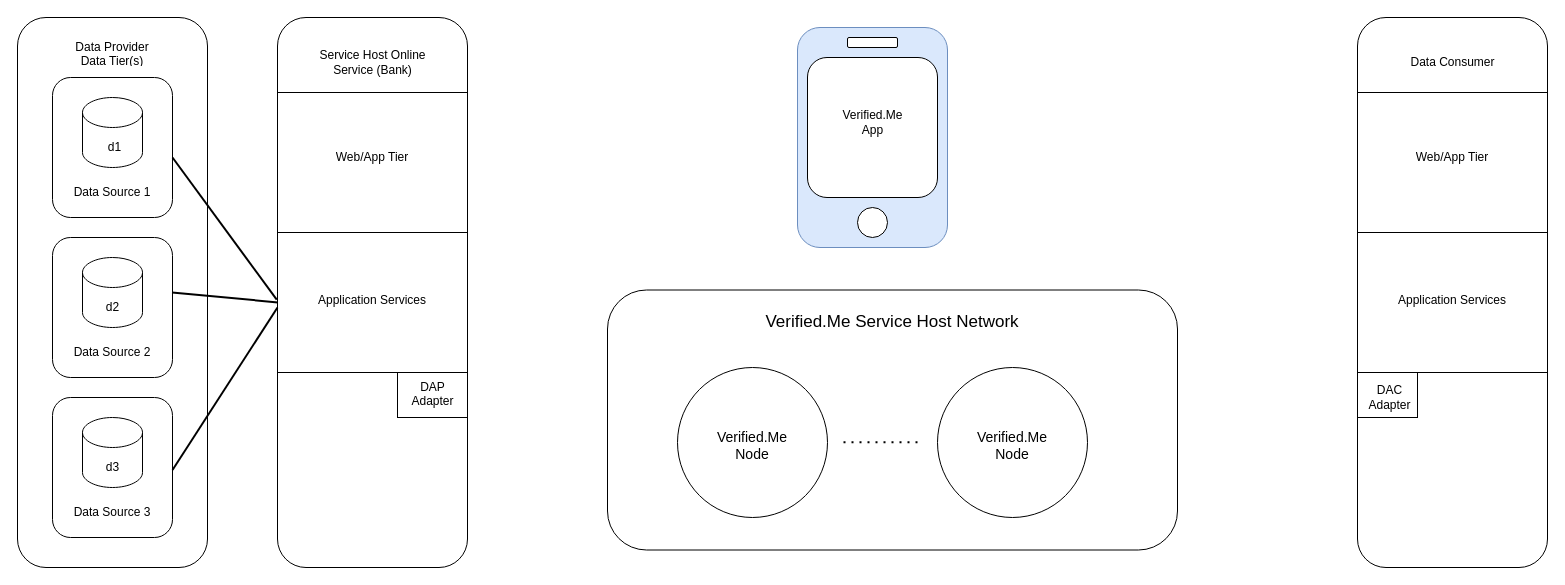
This is Untitled Diagram.drawio from TimofeiShorokhov/TaskForGo, a draw.io file, before an edit. Source tidied: cells renumbered, new cells numbered last; positions are measured from the earlier drawing's top-left corner, leaving out a move shared by most shapes. Both pictures are drawn from the tidied source at 100%, with x=0, y=0 at pixel (17, 17).
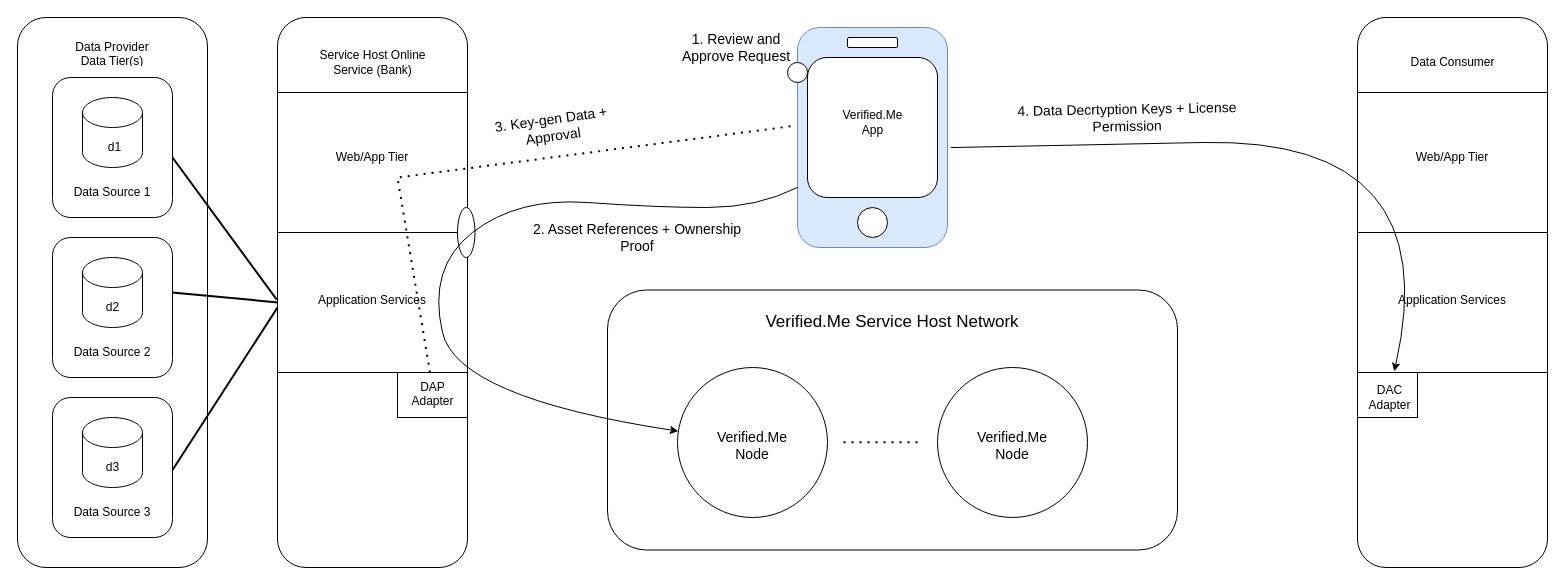
The same page after the edit.

The change refers to these unchanged cells:
```xml
<mxCell id="30" style="ellipse;whiteSpace=wrap;html=1;strokeWidth=1;fontSize=17;" parent="1" vertex="1">
  <mxGeometry x="660" y="350" width="150" height="150" as="geometry" />
</mxCell>
<mxCell id="42" style="shape=partialRectangle;whiteSpace=wrap;html=1;bottom=0;right=0;fillColor=none;strokeWidth=1;direction=west;" parent="1" vertex="1">
  <mxGeometry x="1340" y="355" width="60" height="45" as="geometry" />
</mxCell>
<mxCell id="44" style="rounded=1;whiteSpace=wrap;html=1;strokeWidth=1;fontSize=14;fillColor=#dae8fc;strokeColor=#6c8ebf;" parent="1" vertex="1">
  <mxGeometry x="780" y="10" width="150" height="220" as="geometry" />
</mxCell>
```

What changed in the source:
```diff
@@
+    <mxCell id="49" style="ellipse;whiteSpace=wrap;html=1;" parent="1" vertex="1">
+      <mxGeometry x="770" y="45" width="20" height="20" as="geometry" />
+    </mxCell>
+    <mxCell id="50" value="1. Review and Approve Request" style="text;html=1;strokeColor=none;fillColor=none;align=center;verticalAlign=middle;whiteSpace=wrap;rounded=0;fontSize=14;" parent="1" vertex="1">
+      <mxGeometry x="648.8" y="15" width="140" height="30" as="geometry" />
+    </mxCell>
+    <mxCell id="51" style="endArrow=none;dashed=1;html=1;dashPattern=1 3;strokeWidth=2;rounded=0;fontSize=14;entryX=-0.01;entryY=0.446;entryDx=0;entryDy=0;entryPerimeter=0;" parent="1" edge="1" target="44">
+      <mxGeometry relative="1" as="geometry">
+        <mxPoint x="412.5" y="355" as="sourcePoint" />
+        <Array as="points">
+          <mxPoint x="380" y="160" />
+        </Array>
+      </mxGeometry>
+    </mxCell>
+    <mxCell id="52" value="3. Key-gen Data + Approval" style="text;html=1;strokeColor=none;fillColor=none;align=center;verticalAlign=middle;whiteSpace=wrap;rounded=0;fontSize=14;rotation=352;" parent="1" vertex="1">
+      <mxGeometry x="465" y="95" width="140" height="30" as="geometry" />
+    </mxCell>
+    <mxCell id="53" style="ellipse;whiteSpace=wrap;html=1;fontSize=14;" parent="1" vertex="1">
+      <mxGeometry x="440" y="190" width="17.5" height="50" as="geometry" />
+    </mxCell>
+    <mxCell id="54" style="curved=1;endArrow=classic;html=1;rounded=0;fontSize=14;exitX=0;exitY=0.727;exitDx=0;exitDy=0;exitPerimeter=0;" parent="1" edge="1" source="44" target="30">
+      <mxGeometry relative="1" as="geometry">
+        <Array as="points">
+          <mxPoint x="740" y="190" />
+          <mxPoint x="640" y="190" />
+          <mxPoint x="500" y="180" />
+          <mxPoint x="410" y="250" />
+          <mxPoint x="440" y="380" />
+        </Array>
+      </mxGeometry>
+    </mxCell>
+    <mxCell id="55" value="2. Asset References + Ownership Proof" style="text;html=1;strokeColor=none;fillColor=none;align=center;verticalAlign=middle;whiteSpace=wrap;rounded=0;fontSize=14;" parent="1" vertex="1">
+      <mxGeometry x="510" y="200" width="220" height="40" as="geometry" />
+    </mxCell>
+    <mxCell id="56" style="curved=1;endArrow=classic;html=1;rounded=0;fontSize=14;entryX=0.388;entryY=1.025;entryDx=0;entryDy=0;entryPerimeter=0;" parent="1" edge="1" target="42">
+      <mxGeometry relative="1" as="geometry">
+        <mxPoint x="940" y="130" as="sourcePoint" />
+        <Array as="points">
+          <mxPoint x="930" y="130" />
+          <mxPoint x="940" y="130" />
+          <mxPoint x="1430" y="120" />
+        </Array>
+      </mxGeometry>
+    </mxCell>
+    <mxCell id="57" value="4. Data Decrtyption Keys + License Permission" style="text;html=1;strokeColor=none;fillColor=none;align=center;verticalAlign=middle;whiteSpace=wrap;rounded=0;fontSize=14;rotation=359;" parent="1" vertex="1">
+      <mxGeometry x="990" y="85" width="240" height="30" as="geometry" />
+    </mxCell>
```
